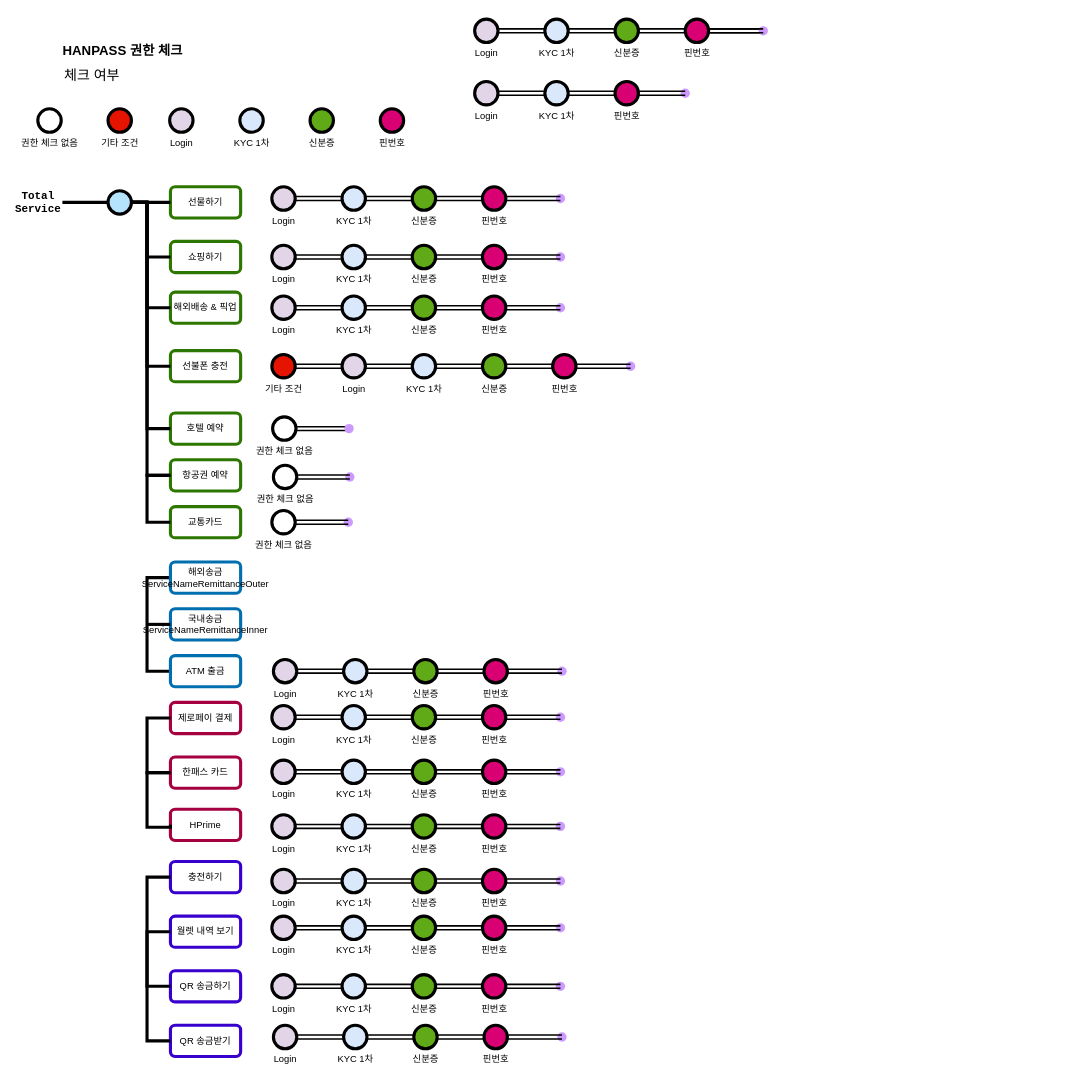
Above: [대외비] iOS 권한 체크 .drawio in kwangho2716/Auth_Draw_Gram (draw.io), before the change. Source tidied: cells renumbered, new cells numbered last; positions are measured from the earlier drawing's top-left corner, leaving out a move shared by most shapes. Both pictures are drawn from the tidied source at 78%, with x=0, y=0 at pixel (13, 15).
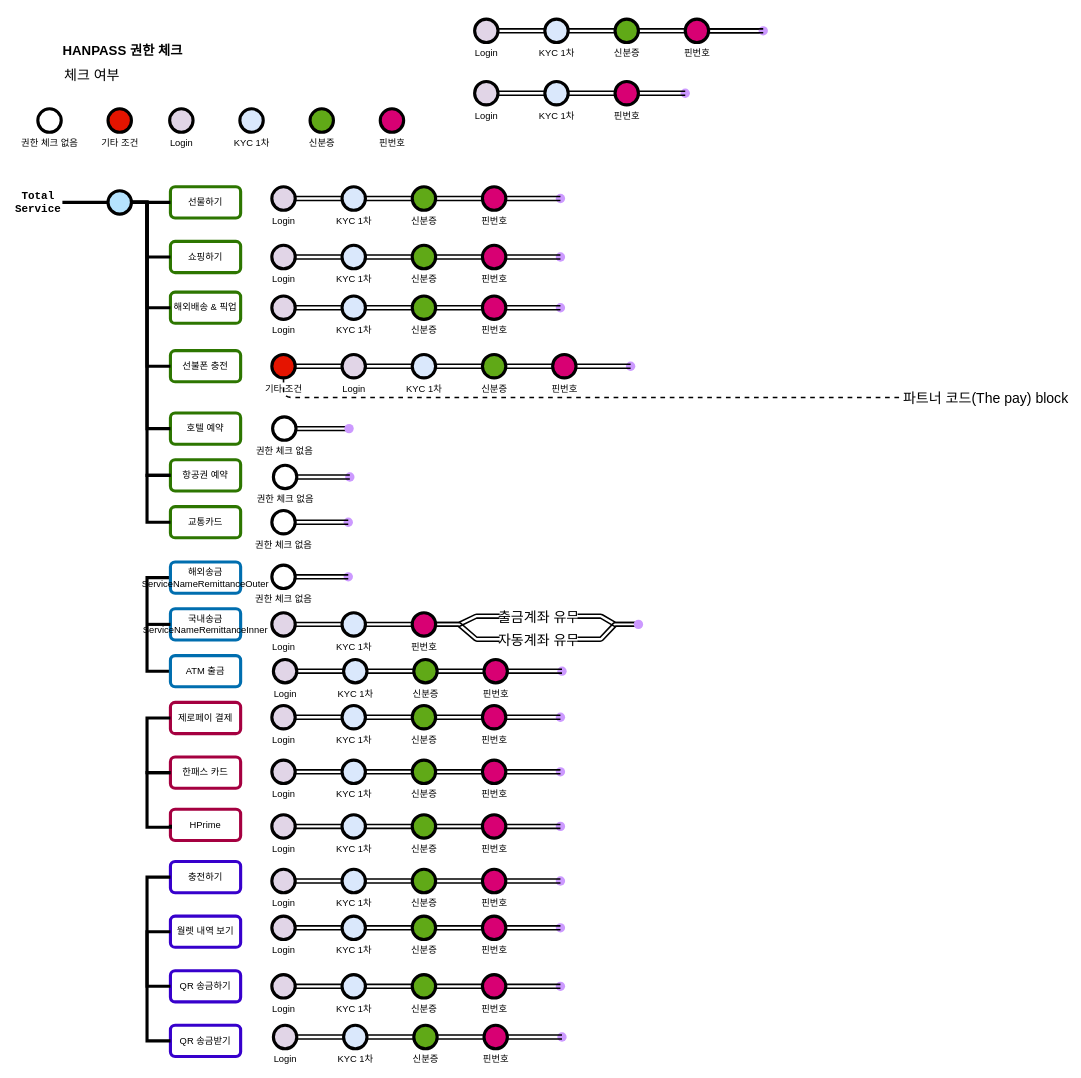
Above is the later version.

Commit message (it also covers changes not shown here):
[대외비] iOS 권한 체크 .drawio 업데이트

Unchanged cells that the change refers to:
```xml
<mxCell id="83" value="&lt;font color=&quot;#000000&quot;&gt;기타 조건&lt;/font&gt;" style="verticalLabelPosition=bottom;verticalAlign=top;html=1;strokeWidth=4;shape=mxgraph.flowchart.on-page_reference;strokeColor=default;fillColor=#e51400;fontColor=#ffffff;" parent="1" vertex="1">
  <mxGeometry x="331" y="435" width="30" height="30" as="geometry" />
</mxCell>
```

Diff of the diagram source:
```diff
@@
+    <mxCell id="195" style="group;" parent="1" vertex="1">
+      <mxGeometry x="331" y="700" width="118" height="40" as="geometry" />
+    </mxCell>
+    <mxCell id="196" value="&lt;font color=&quot;#000000&quot;&gt;권한 체크 없음&lt;br&gt;&lt;/font&gt;" style="verticalLabelPosition=bottom;verticalAlign=top;html=1;strokeWidth=4;shape=mxgraph.flowchart.on-page_reference;" parent="195" vertex="1">
+      <mxGeometry y="5" width="30" height="30" as="geometry" />
+    </mxCell>
+    <mxCell id="197" style="shape=waypoint;sketch=0;size=6;points=[];fillColor=#e1d5e7;perimeter=centerPerimeter;snapToPoint=1;verticalAlign=top;strokeWidth=4;strokeColor=#CC99FF;" parent="195" vertex="1">
+      <mxGeometry x="78" width="40" height="40" as="geometry" />
+    </mxCell>
+    <mxCell id="198" style="edgeStyle=entityRelationEdgeStyle;shape=link;rounded=1;sketch=0;jettySize=auto;html=1;entryX=0.025;entryY=0.5;entryDx=0;entryDy=0;entryPerimeter=0;shadow=0;fontSize=18;fontColor=#000000;startSize=6;endSize=6;sourcePerimeterSpacing=0;targetPerimeterSpacing=0;strokeColor=default;strokeWidth=2;" parent="195" edge="1" source="196" target="197">
+      <mxGeometry relative="1" as="geometry" />
+    </mxCell>
+    <mxCell id="199" style="group;" parent="1" vertex="1">
+      <mxGeometry x="331" y="761" width="290" height="40" as="geometry" />
+    </mxCell>
+    <mxCell id="200" value="KYC 1차" style="verticalLabelPosition=bottom;verticalAlign=top;html=1;strokeWidth=4;shape=mxgraph.flowchart.on-page_reference;plain-blue;gradientColor=none;strokeColor=#000000;" parent="199" vertex="1">
+      <mxGeometry x="90" y="5" width="30" height="30" as="geometry" />
+    </mxCell>
+    <mxCell id="201" style="edgeStyle=entityRelationEdgeStyle;shape=link;rounded=1;sketch=0;jettySize=auto;html=1;entryX=0;entryY=0.5;entryDx=0;entryDy=0;entryPerimeter=0;shadow=0;fontSize=18;fontColor=#000000;startSize=6;endSize=6;sourcePerimeterSpacing=0;targetPerimeterSpacing=0;strokeColor=default;strokeWidth=2;" parent="199" edge="1" source="202" target="200">
+      <mxGeometry relative="1" as="geometry" />
+    </mxCell>
+    <mxCell id="202" value="Login" style="verticalLabelPosition=bottom;verticalAlign=top;html=1;strokeWidth=4;shape=mxgraph.flowchart.on-page_reference;plain-purple;gradientColor=none;strokeColor=#000000;" parent="199" vertex="1">
+      <mxGeometry y="5" width="30" height="30" as="geometry" />
+    </mxCell>
+    <mxCell id="203" value="&lt;font color=&quot;#000000&quot;&gt;핀번호&lt;/font&gt;" style="verticalLabelPosition=bottom;verticalAlign=top;html=1;strokeWidth=4;shape=mxgraph.flowchart.on-page_reference;strokeColor=default;fillColor=#d80073;fontColor=#ffffff;" parent="199" vertex="1">
+      <mxGeometry x="180" y="5" width="30" height="30" as="geometry" />
+    </mxCell>
+    <mxCell id="204" style="edgeStyle=entityRelationEdgeStyle;shape=link;rounded=1;sketch=0;jettySize=auto;html=1;entryX=0;entryY=0.5;entryDx=0;entryDy=0;entryPerimeter=0;shadow=0;fontSize=18;fontColor=#000000;startSize=6;endSize=6;sourcePerimeterSpacing=0;targetPerimeterSpacing=0;strokeColor=default;strokeWidth=2;" parent="199" edge="1" source="200" target="203">
+      <mxGeometry relative="1" as="geometry" />
+    </mxCell>
+    <mxCell id="205" style="edgeStyle=entityRelationEdgeStyle;shape=link;rounded=1;sketch=0;jettySize=auto;html=1;shadow=0;fontSize=18;fontColor=#000000;startSize=6;endSize=6;sourcePerimeterSpacing=0;targetPerimeterSpacing=0;strokeColor=default;strokeWidth=2;entryX=0;entryY=0.5;entryDx=0;entryDy=0;" parent="1" edge="1" source="203" target="208">
+      <mxGeometry relative="1" as="geometry" />
+    </mxCell>
+    <mxCell id="206" style="edgeStyle=entityRelationEdgeStyle;shape=link;rounded=1;sketch=0;jettySize=auto;html=1;shadow=0;fontSize=18;fontColor=#000000;startSize=6;endSize=6;sourcePerimeterSpacing=0;targetPerimeterSpacing=0;strokeColor=default;strokeWidth=2;entryX=0;entryY=0.5;entryDx=0;entryDy=0;" parent="1" edge="1" source="203" target="210">
+      <mxGeometry relative="1" as="geometry" />
+    </mxCell>
+    <mxCell id="207" style="edgeStyle=entityRelationEdgeStyle;shape=link;rounded=1;sketch=0;jettySize=auto;html=1;exitX=1;exitY=0.5;exitDx=0;exitDy=0;entryX=0.467;entryY=0.625;entryDx=0;entryDy=0;entryPerimeter=0;shadow=0;fontSize=18;fontColor=#000000;startSize=6;endSize=6;sourcePerimeterSpacing=0;targetPerimeterSpacing=0;strokeColor=default;strokeWidth=2;" parent="1" edge="1" source="208" target="211">
+      <mxGeometry relative="1" as="geometry" />
+    </mxCell>
+    <mxCell id="208" value="&lt;span style=&quot;font-size: 18px; font-weight: 400;&quot;&gt;출금계좌 유무&lt;/span&gt;" style="text;strokeColor=none;fillColor=none;html=1;fontSize=24;fontStyle=1;verticalAlign=middle;align=center;fillStyle=auto;fontColor=#000000;" parent="1" vertex="1">
+      <mxGeometry x="623" y="761" width="100" height="19" as="geometry" />
+    </mxCell>
+    <mxCell id="209" style="edgeStyle=entityRelationEdgeStyle;shape=link;rounded=1;sketch=0;jettySize=auto;html=1;exitX=1;exitY=0.5;exitDx=0;exitDy=0;shadow=0;fontSize=18;fontColor=#000000;startSize=6;endSize=6;sourcePerimeterSpacing=0;targetPerimeterSpacing=0;strokeColor=default;strokeWidth=2;entryX=0.5;entryY=0.725;entryDx=0;entryDy=0;entryPerimeter=0;" parent="1" edge="1" source="210" target="211">
+      <mxGeometry relative="1" as="geometry" />
+    </mxCell>
+    <mxCell id="210" value="&lt;font style=&quot;font-size: 18px; font-weight: normal;&quot;&gt;자동계좌 유무&lt;/font&gt;" style="text;strokeColor=none;fillColor=none;html=1;fontSize=24;fontStyle=1;verticalAlign=middle;align=center;fillStyle=auto;fontColor=#000000;" parent="1" vertex="1">
+      <mxGeometry x="623" y="790" width="100" height="20" as="geometry" />
+    </mxCell>
+    <mxCell id="211" style="shape=waypoint;sketch=0;size=6;points=[];fillColor=#e1d5e7;perimeter=centerPerimeter;snapToPoint=1;verticalAlign=top;strokeWidth=4;strokeColor=#CC99FF;" parent="1" vertex="1">
+      <mxGeometry x="781" y="761" width="40" height="40" as="geometry" />
+    </mxCell>
+    <mxCell id="212" style="endArrow=none;dashed=1;html=1;rounded=1;shadow=0;labelBackgroundColor=none;sketch=0;fontSize=18;fontColor=none;sourcePerimeterSpacing=0;targetPerimeterSpacing=0;strokeColor=default;strokeWidth=2;exitX=0.5;exitY=1;exitDx=0;exitDy=0;exitPerimeter=0;align=center;entryX=0;entryY=0.5;entryDx=0;entryDy=0;" parent="1" edge="1" source="83" target="213">
+      <mxGeometry relative="1" as="geometry">
+        <Array as="points">
+          <mxPoint x="346" y="490" />
+        </Array>
+      </mxGeometry>
+    </mxCell>
+    <mxCell id="213" value="&lt;span style=&quot;font-weight: normal;&quot;&gt;&lt;font style=&quot;font-size: 18px;&quot;&gt;파트너 코드(The pay) block&lt;/font&gt;&lt;/span&gt;" style="text;strokeColor=none;fillColor=none;html=1;fontSize=24;fontStyle=1;verticalAlign=middle;align=center;fillStyle=auto;fontColor=none;" parent="1" vertex="1">
+      <mxGeometry x="1141" y="470" width="210" height="40" as="geometry" />
+    </mxCell>
```
